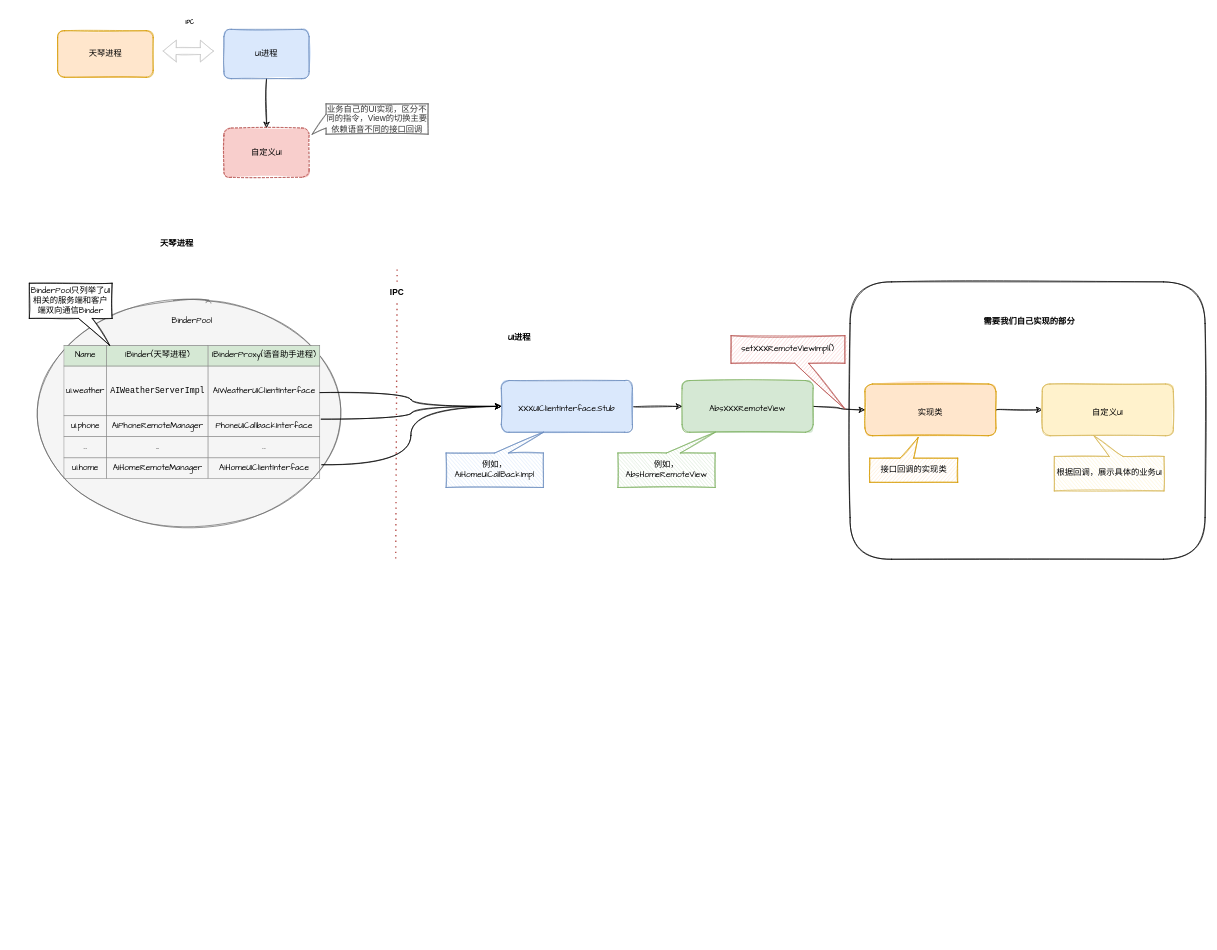
The draw.io diagram 语音UI.drawio in TryLoveCatch/charts, before the edit. Source tidied: cells renumbered, new cells numbered last; positions are measured from the earlier drawing's top-left corner, leaving out a move shared by most shapes. Both pictures are drawn from the tidied source at 69%, with x=0, y=0 at pixel (29, 12).
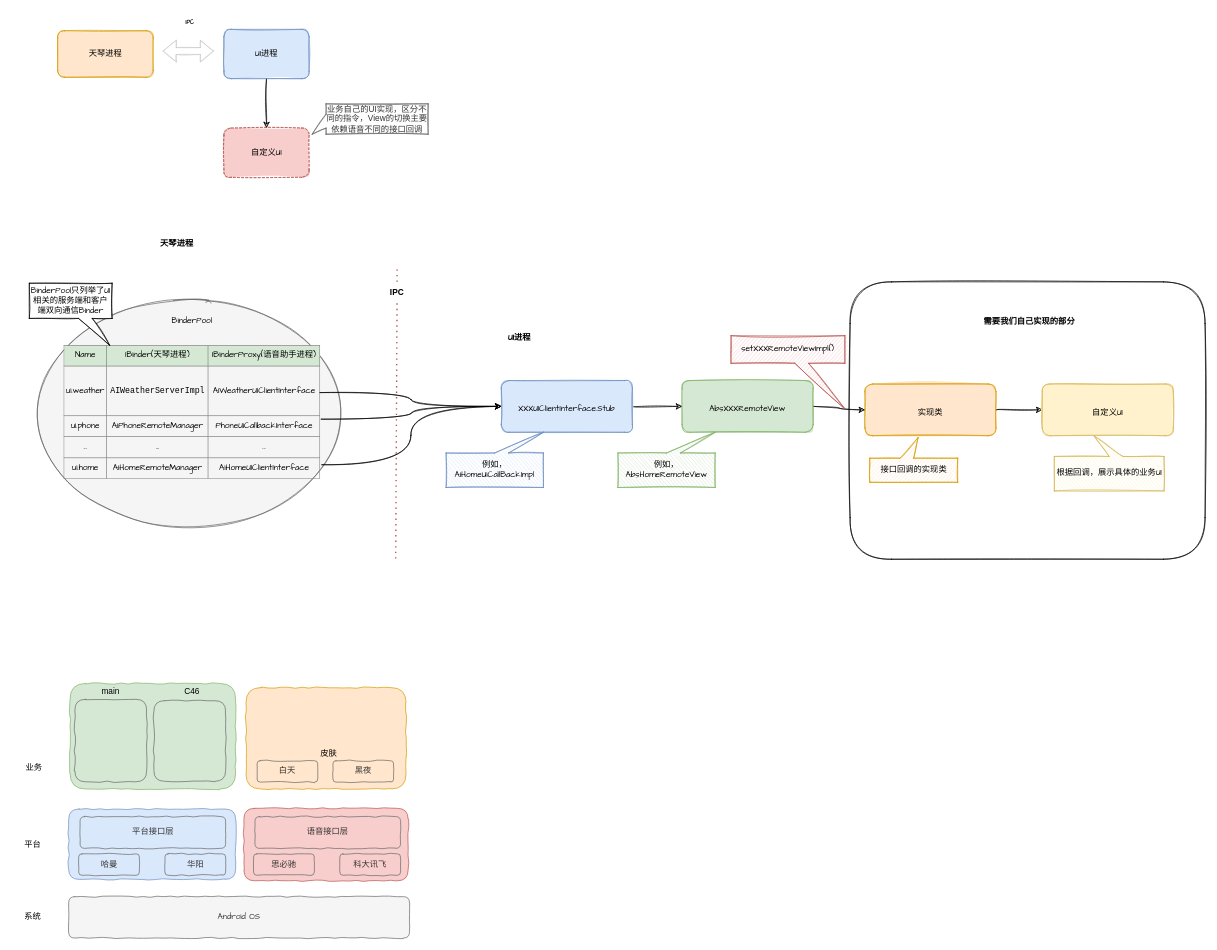
After the change.

Diff of the diagram source:
```diff
@@
+    <mxCell id="35" value="Android OS" style="rounded=1;whiteSpace=wrap;html=1;sketch=0;comic=1;fillColor=#f5f5f5;fontColor=#333333;strokeColor=#666666;fontFamily=Comic Sans MS;" parent="1" vertex="1">
+      <mxGeometry x="57" y="1282" width="494" height="60" as="geometry" />
+    </mxCell>
+    <mxCell id="36" value="系统" style="text;html=1;strokeColor=none;fillColor=none;align=center;verticalAlign=middle;whiteSpace=wrap;rounded=0;comic=1;sketch=0;fontFamily=Comic Sans MS;" parent="1" vertex="1">
+      <mxGeometry x="-25" y="1297" width="60" height="30" as="geometry" />
+    </mxCell>
+    <mxCell id="37" style="rounded=1;whiteSpace=wrap;html=1;sketch=0;comic=1;fillColor=#dae8fc;strokeColor=#6c8ebf;fontFamily=Comic Sans MS;" parent="1" vertex="1">
+      <mxGeometry x="57" y="1155" width="242" height="102" as="geometry" />
+    </mxCell>
+    <mxCell id="38" value="平台" style="text;html=1;strokeColor=none;fillColor=none;align=center;verticalAlign=middle;whiteSpace=wrap;rounded=0;comic=1;sketch=0;fontFamily=Comic Sans MS;" parent="1" vertex="1">
+      <mxGeometry x="-25" y="1191.5" width="60" height="30" as="geometry" />
+    </mxCell>
+    <mxCell id="39" style="rounded=1;whiteSpace=wrap;html=1;comic=1;sketch=0;fontFamily=Comic Sans MS;fillColor=#f8cecc;strokeColor=#b85450;" parent="1" vertex="1">
+      <mxGeometry x="311" y="1154" width="238" height="105" as="geometry" />
+    </mxCell>
+    <mxCell id="40" style="rounded=1;whiteSpace=wrap;html=1;sketch=0;comic=1;fillColor=#d5e8d4;strokeColor=#82b366;fontFamily=Comic Sans MS;" parent="1" vertex="1">
+      <mxGeometry x="59" y="973" width="240" height="153" as="geometry" />
+    </mxCell>
+    <mxCell id="41" value="业务" style="text;html=1;strokeColor=none;fillColor=none;align=center;verticalAlign=middle;whiteSpace=wrap;rounded=0;comic=1;sketch=0;fontFamily=Comic Sans MS;" parent="1" vertex="1">
+      <mxGeometry x="-23" y="1081" width="60" height="30" as="geometry" />
+    </mxCell>
+    <mxCell id="42" style="rounded=1;whiteSpace=wrap;html=1;comic=1;sketch=0;fontFamily=Comic Sans MS;fillColor=#ffe6cc;strokeColor=#d79b00;" parent="1" vertex="1">
+      <mxGeometry x="314" y="979" width="232" height="147" as="geometry" />
+    </mxCell>
+    <mxCell id="43" value="语音接口层" style="rounded=1;whiteSpace=wrap;html=1;comic=1;sketch=0;fillColor=none;fontColor=#333333;strokeColor=#666666;fontFamily=Comic Sans MS;" parent="1" vertex="1">
+      <mxGeometry x="327" y="1166" width="211" height="46" as="geometry" />
+    </mxCell>
+    <mxCell id="44" value="思必驰" style="rounded=1;whiteSpace=wrap;html=1;comic=1;sketch=0;fillColor=none;fontColor=#333333;strokeColor=#666666;fontFamily=Comic Sans MS;" parent="1" vertex="1">
+      <mxGeometry x="325" y="1220" width="88" height="31" as="geometry" />
+    </mxCell>
+    <mxCell id="45" value="科大讯飞" style="rounded=1;whiteSpace=wrap;html=1;comic=1;sketch=0;fillColor=none;fontColor=#333333;strokeColor=#666666;fontFamily=Comic Sans MS;" parent="1" vertex="1">
+      <mxGeometry x="450" y="1220" width="88" height="31" as="geometry" />
+    </mxCell>
+    <mxCell id="46" value="平台接口层" style="rounded=1;whiteSpace=wrap;html=1;comic=1;sketch=0;fillColor=none;fontColor=#333333;strokeColor=#666666;fontFamily=Comic Sans MS;" parent="1" vertex="1">
+      <mxGeometry x="73.5" y="1166" width="211" height="46" as="geometry" />
+    </mxCell>
+    <mxCell id="47" value="哈曼" style="rounded=1;whiteSpace=wrap;html=1;comic=1;sketch=0;fillColor=none;fontColor=#333333;strokeColor=#666666;fontFamily=Comic Sans MS;" parent="1" vertex="1">
+      <mxGeometry x="71.5" y="1220" width="88" height="31" as="geometry" />
+    </mxCell>
+    <mxCell id="48" value="华阳" style="rounded=1;whiteSpace=wrap;html=1;comic=1;sketch=0;fillColor=none;fontColor=#333333;strokeColor=#666666;fontFamily=Comic Sans MS;" parent="1" vertex="1">
+      <mxGeometry x="196.5" y="1220" width="88" height="31" as="geometry" />
+    </mxCell>
+    <mxCell id="49" value="皮肤" style="text;html=1;strokeColor=none;fillColor=none;align=center;verticalAlign=middle;whiteSpace=wrap;rounded=0;comic=1;sketch=0;fontFamily=Comic Sans MS;" parent="1" vertex="1">
+      <mxGeometry x="404" y="1060" width="60" height="30" as="geometry" />
+    </mxCell>
+    <mxCell id="50" value="白天" style="rounded=1;whiteSpace=wrap;html=1;comic=1;sketch=0;fillColor=none;fontColor=#333333;strokeColor=#666666;fontFamily=Comic Sans MS;" parent="1" vertex="1">
+      <mxGeometry x="330" y="1085" width="88" height="31" as="geometry" />
+    </mxCell>
+    <mxCell id="51" value="黑夜" style="rounded=1;whiteSpace=wrap;html=1;comic=1;sketch=0;fillColor=none;fontColor=#333333;strokeColor=#666666;fontFamily=Comic Sans MS;" parent="1" vertex="1">
+      <mxGeometry x="440" y="1085" width="88" height="31" as="geometry" />
+    </mxCell>
+    <mxCell id="52" style="rounded=1;whiteSpace=wrap;html=1;comic=1;sketch=0;fillColor=none;fontColor=#333333;strokeColor=#666666;fontFamily=Comic Sans MS;" parent="1" vertex="1">
+      <mxGeometry x="180.5" y="998" width="104" height="116.8" as="geometry" />
+    </mxCell>
+    <mxCell id="53" style="rounded=1;whiteSpace=wrap;html=1;comic=1;sketch=0;fillColor=none;fontColor=#333333;strokeColor=#666666;fontFamily=Comic Sans MS;" parent="1" vertex="1">
+      <mxGeometry x="66" y="996" width="104" height="119.5" as="geometry" />
+    </mxCell>
+    <mxCell id="54" value="main" style="text;html=1;strokeColor=none;fillColor=none;align=center;verticalAlign=middle;whiteSpace=wrap;rounded=0;comic=1;sketch=0;" parent="1" vertex="1">
+      <mxGeometry x="88" y="970" width="60" height="30" as="geometry" />
+    </mxCell>
+    <mxCell id="55" value="C46" style="text;html=1;strokeColor=none;fillColor=none;align=center;verticalAlign=middle;whiteSpace=wrap;rounded=0;comic=1;sketch=0;" parent="1" vertex="1">
+      <mxGeometry x="206" y="970" width="60" height="30" as="geometry" />
+    </mxCell>
```
